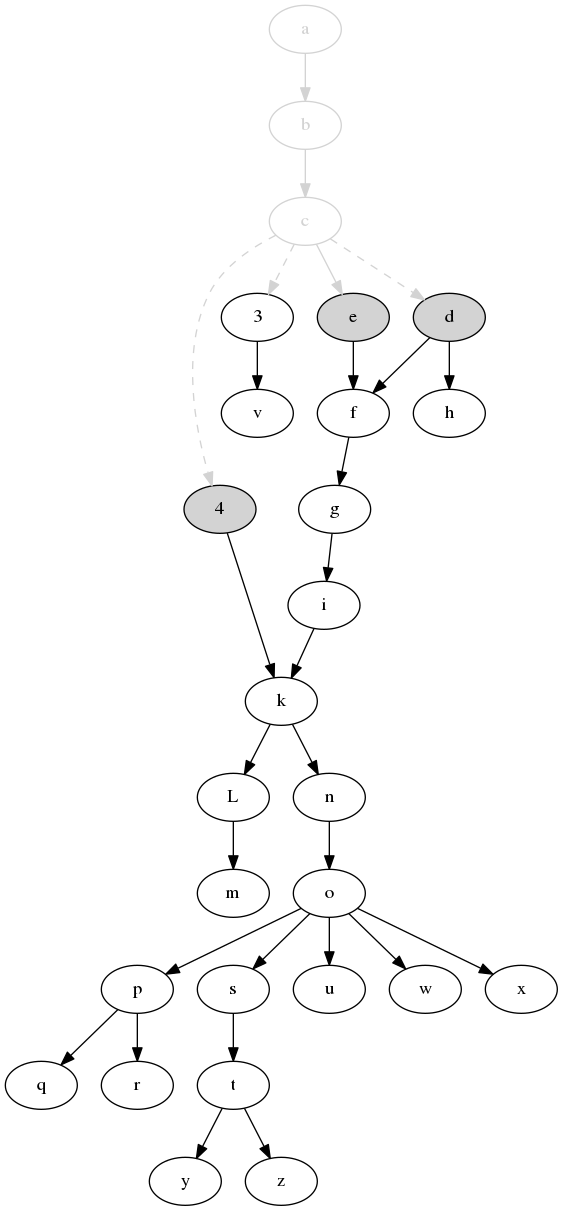
Before: svm-startup-deps.png, a diagram exported from Graphviz (jdmpapin/svm-startup-deps). Its source is kept beside it as svm-startup-deps.dot.
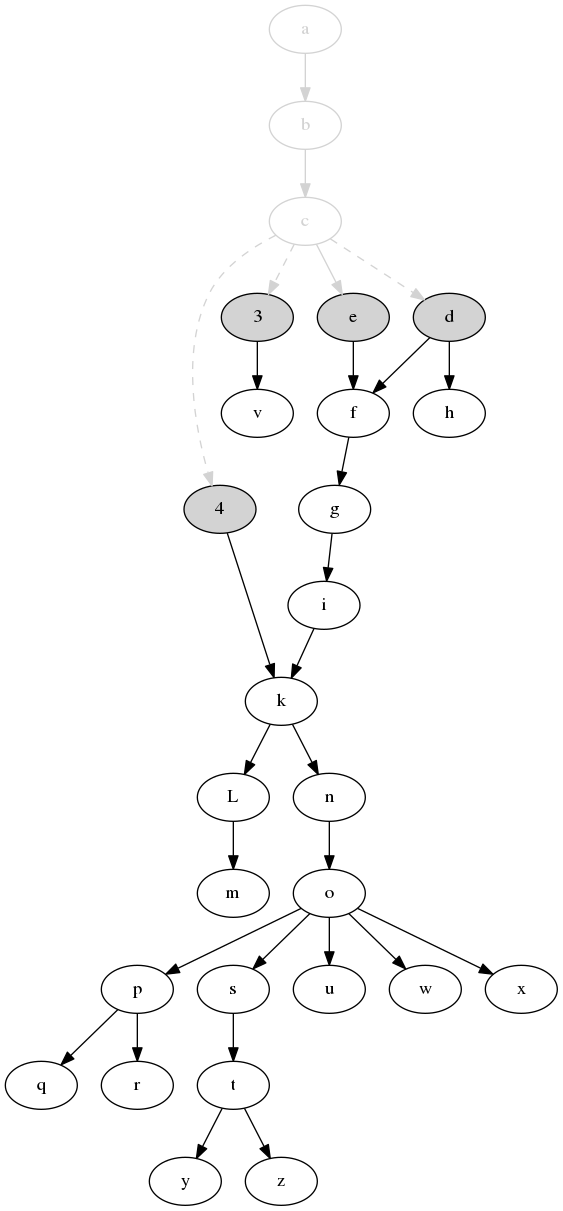
The same diagram one commit later.

What changed in the source:
```diff
@@ -1,6 +1,6 @@
 digraph {
     4 [style=filled,fillcolor=lightgrey];
-    3;
+    3 [style=filled,fillcolor=lightgrey];
     a [color=lightgrey,fontcolor=lightgrey];
     b [color=lightgrey,fontcolor=lightgrey];
     c [color=lightgrey,fontcolor=lightgrey];
```
